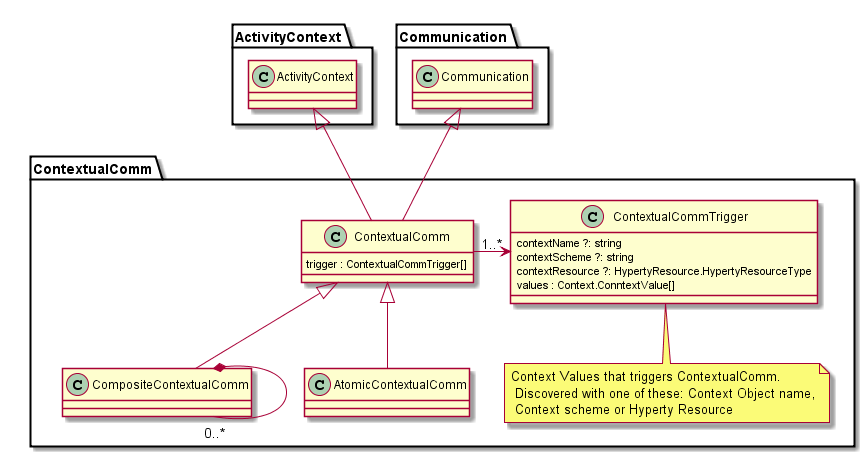
Earlier version of the PlantUML export docs/contextual-communication-design.png (reTHINK-project/dev-smart-contextual-assistance-app). Source of this version:
```plantuml
@startuml "contextual-communication-design.png"

Package ContextualComm {

	class ContextualComm {
	trigger : ContextualCommTrigger[]
	}

	class ContextualCommTrigger {
	contextName ?: string
	contextScheme ?: string
	contextResource ?: HypertyResource.HypertyResourceType
	values : Context.ConntextValue[]
	}

	note bottom : Context Values that triggers ContextualComm.\n Discovered with one of these: Context Object name,\n Context scheme or Hyperty Resource

	class CompositeContextualComm {
	}

	class AtomicContextualComm {
	}

	class CompositeContextualComm {
	}

 ContextualComm -right-> "1..*" ContextualCommTrigger

	CompositeContextualComm *-"0..*" CompositeContextualComm

	ContextualComm -up-|> ActivityContext.ActivityContext

	ContextualComm -up-|> Communication.Communication

	CompositeContextualComm -up-|> ContextualComm

	AtomicContextualComm -up-|> ContextualComm
}

@enduml
```
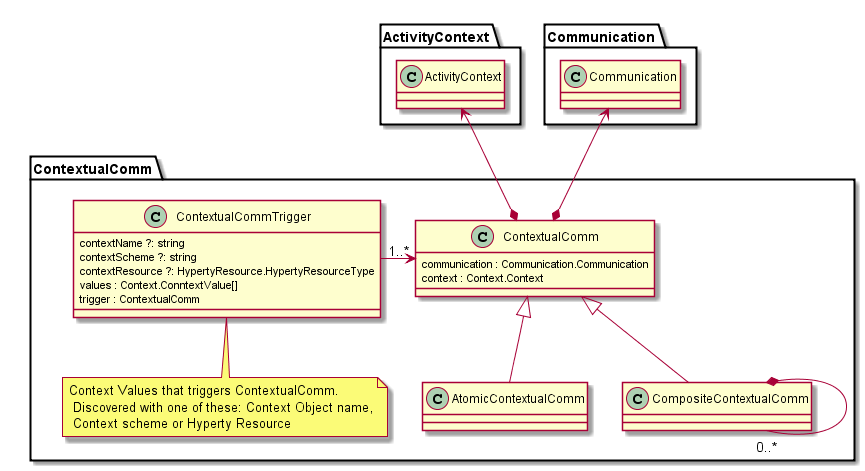
The same file after the commit.

Commit message:
contextual comm model updated

Diff of the diagram source:
```diff
@@ -3,7 +3,8 @@
 Package ContextualComm {
 
 	class ContextualComm {
-	trigger : ContextualCommTrigger[]
+	communication : Communication.Communication
+	context : Context.Context
 	}
 
 	class ContextualCommTrigger {
@@ -11,6 +12,7 @@
 	contextScheme ?: string
 	contextResource ?: HypertyResource.HypertyResourceType
 	values : Context.ConntextValue[]
+	trigger : ContextualComm
 	}
 
 	note bottom : Context Values that triggers ContextualComm.\n Discovered with one of these: Context Object name,\n Context scheme or Hyperty Resource
@@ -24,13 +26,13 @@
 	class CompositeContextualComm {
 	}
 
- ContextualComm -right-> "1..*" ContextualCommTrigger
+ ContextualComm <-right- "1..*" ContextualCommTrigger
 
 	CompositeContextualComm *-"0..*" CompositeContextualComm
 
-	ContextualComm -up-|> ActivityContext.ActivityContext
+	ContextualComm *-up-> ActivityContext.ActivityContext
 
-	ContextualComm -up-|> Communication.Communication
+	ContextualComm *-up-> Communication.Communication
 
 	CompositeContextualComm -up-|> ContextualComm
 
```
